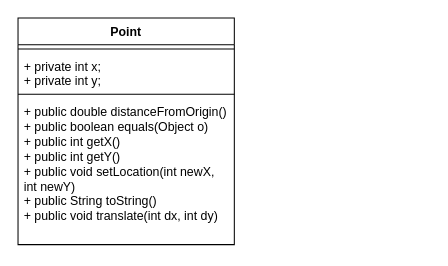
The draw.io diagram Untitled Diagram.drawio in seaver-olson/Comp271, before the edit. Source tidied: cells renumbered, new cells numbered last; positions are measured from the earlier drawing's top-left corner, leaving out a move shared by most shapes. Both pictures are drawn from the tidied source at 103%, with x=0, y=0 at pixel (18, 18).
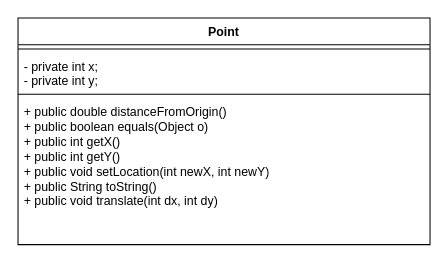
After the change.

Diff of the diagram source:
```diff
@@
 <mxGraphModel>
   <root>
     <mxCell id="0" />
     <mxCell id="1" parent="0" />
     <mxCell id="2" value="Point" style="swimlane;fontStyle=1;align=center;verticalAlign=top;horizontal=1;startSize=26;whiteSpace=wrap;html=1;" parent="1" vertex="1">
-      <mxGeometry width="210" height="220" as="geometry" />
+      <mxGeometry width="400" height="220" as="geometry" />
     </mxCell>
     <mxCell id="3" style="line;strokeWidth=1;fillColor=none;align=left;verticalAlign=middle;spacingTop=-1;spacingLeft=3;spacingRight=3;labelPosition=right;strokeColor=inherit;" parent="2" vertex="1">
-      <mxGeometry y="26" width="210" height="8" as="geometry" />
+      <mxGeometry y="26" width="400" height="8" as="geometry" />
     </mxCell>
-    <mxCell id="4" value="+ private int x;&lt;br&gt;+ private int y;" style="text;strokeColor=none;fillColor=none;align=left;verticalAlign=top;spacingLeft=4;spacingRight=4;overflow=hidden;whiteSpace=wrap;html=1;" parent="2" vertex="1">
-      <mxGeometry y="34" width="210" height="36" as="geometry" />
+    <mxCell id="4" value="- private int x;&lt;br&gt;- private int y;" style="text;strokeColor=none;fillColor=none;align=left;verticalAlign=top;spacingLeft=4;spacingRight=4;overflow=hidden;whiteSpace=wrap;html=1;" parent="2" vertex="1">
+      <mxGeometry y="34" width="400" height="36" as="geometry" />
     </mxCell>
     <mxCell id="5" style="line;strokeWidth=1;fillColor=none;align=left;verticalAlign=middle;spacingTop=-1;spacingLeft=3;spacingRight=3;labelPosition=right;strokeColor=inherit;" parent="2" vertex="1">
-      <mxGeometry y="70" width="210" height="8" as="geometry" />
+      <mxGeometry y="70" width="400" height="8" as="geometry" />
     </mxCell>
     <mxCell id="6" value="+ public double distanceFromOrigin()&lt;br&gt;+&amp;nbsp;public boolean equals(Object o)&lt;br&gt;+&amp;nbsp;public int getX()&lt;br&gt;+&amp;nbsp;public int getY()&lt;br&gt;+&amp;nbsp;public void setLocation(int newX, int newY)&lt;br&gt;+&amp;nbsp;public String toString()&lt;br&gt;+&amp;nbsp;public void translate(int dx, int dy)" style="text;strokeColor=none;fillColor=none;align=left;verticalAlign=top;spacingLeft=4;spacingRight=4;overflow=hidden;whiteSpace=wrap;html=1;" parent="2" vertex="1">
-      <mxGeometry y="78" width="210" height="142" as="geometry" />
+      <mxGeometry y="78" width="400" height="142" as="geometry" />
     </mxCell>
   </root>
 </mxGraphModel>
```
